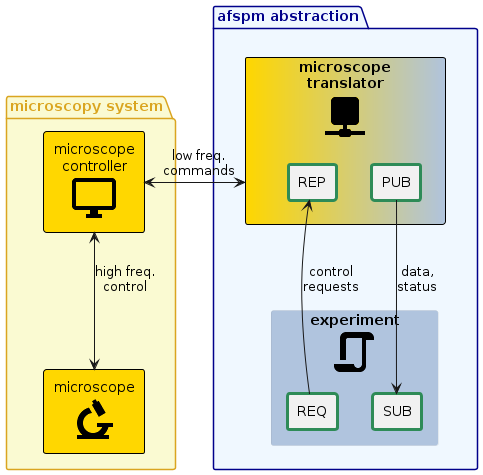
Earlier version of the PlantUML export docs/images/afspm_without_afspmcon.png (nsulmol/afspm).
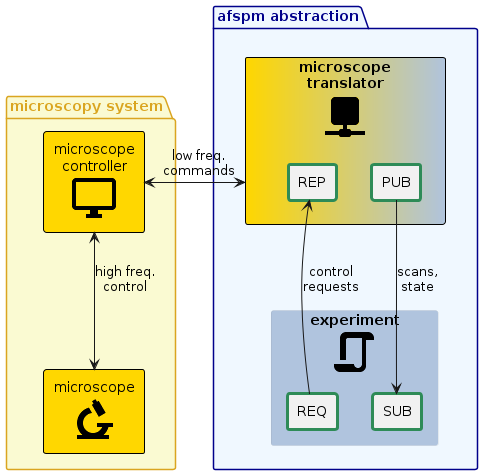
After the change.

What changed in the source:
```diff
@@ -15,7 +15,7 @@
     component REQ <<socket>> as exp_req
   }
 
-  dc_pub -d-> exp_sub: data, \nstatus
+  dc_pub -d-> exp_sub: scans,\nstate
   exp_req -u-> dc_rep: control\nrequests
 }
 
```
